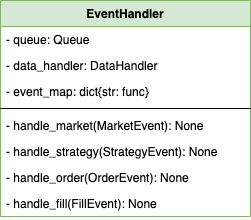
leowotzak/LJWEquities keeps this draw.io diagram as images/eventhandler.png. Above is the earlier version. Source tidied: cells renumbered, new cells last; positions are measured from the earlier drawing's top-left corner, leaving out a move shared by most shapes. Source of this version:
```xml
<mxGraphModel>
  <root>
    <mxCell id="0" />
    <mxCell id="1" parent="0" />
    <mxCell id="2" value="EventHandler" style="swimlane;fontStyle=1;align=center;verticalAlign=top;horizontal=1;startSize=26;fillColor=#d5e8d4;strokeColor=#82b366;" parent="1" vertex="1">
      <mxGeometry width="250" height="216" as="geometry" />
    </mxCell>
    <mxCell id="3" value="- queue: Queue" style="text;strokeColor=none;fillColor=none;align=left;verticalAlign=top;spacingLeft=4;spacingRight=4;overflow=hidden;" parent="2" vertex="1">
      <mxGeometry y="26" width="250" height="26" as="geometry" />
    </mxCell>
    <mxCell id="4" value="- data_handler: DataHandler" style="text;strokeColor=none;fillColor=none;align=left;verticalAlign=top;spacingLeft=4;spacingRight=4;overflow=hidden;" parent="2" vertex="1">
      <mxGeometry y="52" width="250" height="26" as="geometry" />
    </mxCell>
    <mxCell id="5" value="- event_map: dict{str: func}" style="text;strokeColor=none;fillColor=none;align=left;verticalAlign=top;spacingLeft=4;spacingRight=4;overflow=hidden;" parent="2" vertex="1">
      <mxGeometry y="78" width="250" height="26" as="geometry" />
    </mxCell>
    <mxCell id="6" style="line;strokeWidth=1;fillColor=none;align=left;verticalAlign=middle;spacingTop=-1;spacingLeft=3;spacingRight=3;labelPosition=right;" parent="2" vertex="1">
      <mxGeometry y="104" width="250" height="8" as="geometry" />
    </mxCell>
    <mxCell id="7" value="- handle_market(MarketEvent): None" style="text;strokeColor=none;fillColor=none;align=left;verticalAlign=top;spacingLeft=4;spacingRight=4;overflow=hidden;" parent="2" vertex="1">
      <mxGeometry y="112" width="250" height="26" as="geometry" />
    </mxCell>
    <mxCell id="8" value="- handle_strategy(StrategyEvent): None" style="text;strokeColor=none;fillColor=none;align=left;verticalAlign=top;spacingLeft=4;spacingRight=4;overflow=hidden;" parent="2" vertex="1">
      <mxGeometry y="138" width="250" height="26" as="geometry" />
    </mxCell>
    <mxCell id="9" value="- handle_order(OrderEvent): None" style="text;strokeColor=none;fillColor=none;align=left;verticalAlign=top;spacingLeft=4;spacingRight=4;overflow=hidden;" parent="2" vertex="1">
      <mxGeometry y="164" width="250" height="26" as="geometry" />
    </mxCell>
    <mxCell id="10" value="- handle_fill(FillEvent): None" style="text;strokeColor=none;fillColor=none;align=left;verticalAlign=top;spacingLeft=4;spacingRight=4;overflow=hidden;" parent="2" vertex="1">
      <mxGeometry y="190" width="250" height="26" as="geometry" />
    </mxCell>
  </root>
</mxGraphModel>
```
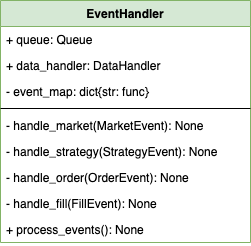
After the change.

Commit message:
renamed event handler uml

Change to the diagram source:
```diff
@@ -3,12 +3,12 @@
     <mxCell id="0" />
     <mxCell id="1" parent="0" />
     <mxCell id="2" value="EventHandler" style="swimlane;fontStyle=1;align=center;verticalAlign=top;horizontal=1;startSize=26;fillColor=#d5e8d4;strokeColor=#82b366;" parent="1" vertex="1">
-      <mxGeometry width="250" height="216" as="geometry" />
+      <mxGeometry width="250" height="242" as="geometry" />
     </mxCell>
-    <mxCell id="3" value="- queue: Queue" style="text;strokeColor=none;fillColor=none;align=left;verticalAlign=top;spacingLeft=4;spacingRight=4;overflow=hidden;" parent="2" vertex="1">
+    <mxCell id="3" value="+ queue: Queue" style="text;strokeColor=none;fillColor=none;align=left;verticalAlign=top;spacingLeft=4;spacingRight=4;overflow=hidden;" parent="2" vertex="1">
       <mxGeometry y="26" width="250" height="26" as="geometry" />
     </mxCell>
-    <mxCell id="4" value="- data_handler: DataHandler" style="text;strokeColor=none;fillColor=none;align=left;verticalAlign=top;spacingLeft=4;spacingRight=4;overflow=hidden;" parent="2" vertex="1">
+    <mxCell id="4" value="+ data_handler: DataHandler" style="text;strokeColor=none;fillColor=none;align=left;verticalAlign=top;spacingLeft=4;spacingRight=4;overflow=hidden;" parent="2" vertex="1">
       <mxGeometry y="52" width="250" height="26" as="geometry" />
     </mxCell>
     <mxCell id="5" value="- event_map: dict{str: func}" style="text;strokeColor=none;fillColor=none;align=left;verticalAlign=top;spacingLeft=4;spacingRight=4;overflow=hidden;" parent="2" vertex="1">
@@ -29,5 +29,8 @@
     <mxCell id="10" value="- handle_fill(FillEvent): None" style="text;strokeColor=none;fillColor=none;align=left;verticalAlign=top;spacingLeft=4;spacingRight=4;overflow=hidden;" parent="2" vertex="1">
       <mxGeometry y="190" width="250" height="26" as="geometry" />
     </mxCell>
+    <mxCell id="11" value="+ process_events(): None" style="text;strokeColor=none;fillColor=none;align=left;verticalAlign=top;spacingLeft=4;spacingRight=4;overflow=hidden;" parent="2" vertex="1">
+      <mxGeometry y="216" width="250" height="26" as="geometry" />
+    </mxCell>
   </root>
 </mxGraphModel>
```
